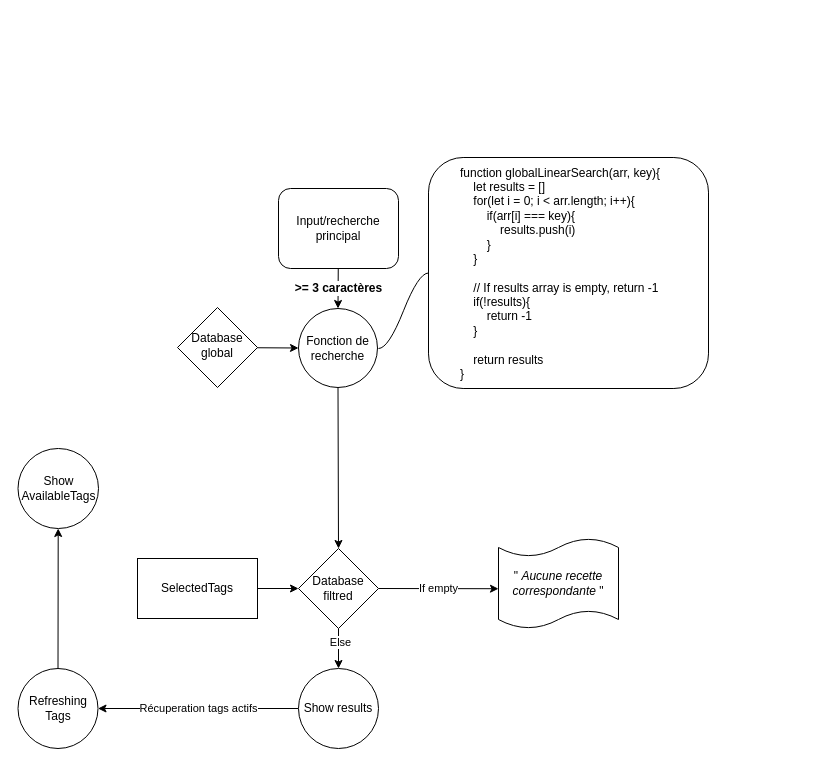
The draw.io diagram page "Page-1" (1 of 2) of P7-P11-Search-Engin.drawio in Cadegan/P11-front-end-search-engine, before the edit. Source tidied: cells renumbered, new cells numbered last; positions are measured from the earlier drawing's top-left corner, leaving out a move shared by most shapes. Both pictures are drawn from the tidied source at 100%, with x=0, y=0 at pixel (18, 157).
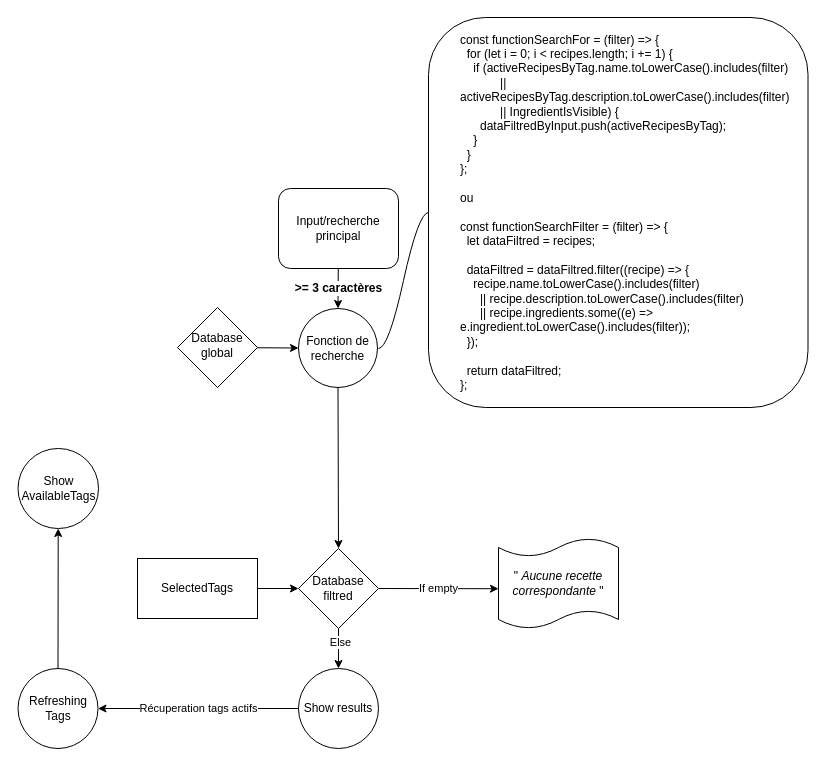
Above is the later version.

Diff of the diagram source:
```diff
@@
-    <mxCell id="17" value="function globalLinearSearch(arr, key){&lt;br&gt;&amp;nbsp; &amp;nbsp; let results = []&lt;br&gt;&amp;nbsp; &amp;nbsp; for(let i = 0; i &amp;lt; arr.length; i++){&lt;br&gt;&amp;nbsp; &amp;nbsp; &amp;nbsp; &amp;nbsp; if(arr[i] === key){&lt;br&gt;&amp;nbsp; &amp;nbsp; &amp;nbsp; &amp;nbsp; &amp;nbsp; &amp;nbsp; results.push(i)&lt;br&gt;&amp;nbsp; &amp;nbsp; &amp;nbsp; &amp;nbsp; }&lt;br&gt;&amp;nbsp; &amp;nbsp; }&lt;br&gt;&lt;br&gt;&amp;nbsp; &amp;nbsp; // If results array is empty, return -1&lt;br&gt;&amp;nbsp; &amp;nbsp; if(!results){&lt;br&gt;&amp;nbsp; &amp;nbsp; &amp;nbsp; &amp;nbsp; return -1&lt;br&gt;&amp;nbsp; &amp;nbsp; }&lt;br&gt;&lt;br&gt;&amp;nbsp; &amp;nbsp; return results&lt;br&gt;}" style="text;whiteSpace=wrap;html=1;strokeColor=default;rounded=1;fillColor=default;fixDash=0;snapToPoint=0;backgroundOutline=0;comic=0;align=left;verticalAlign=middle;spacingLeft=30;" parent="1" vertex="1">
-      <mxGeometry x="410" width="280" height="231" as="geometry" />
+    <mxCell id="17" value="&lt;div&gt;const functionSearchFor = (filter) =&amp;gt; {&lt;/div&gt;&lt;div&gt;&amp;nbsp; for (let i = 0; i &amp;lt; recipes.length; i += 1) {&lt;/div&gt;&lt;div&gt;&amp;nbsp; &amp;nbsp; if (activeRecipesByTag.name.toLowerCase().includes(filter)&lt;/div&gt;&lt;div&gt;&amp;nbsp; &amp;nbsp; &amp;nbsp; &amp;nbsp; &amp;nbsp; &amp;nbsp; || activeRecipesByTag.description.toLowerCase().includes(filter)&lt;/div&gt;&lt;div&gt;&amp;nbsp; &amp;nbsp; &amp;nbsp; &amp;nbsp; &amp;nbsp; &amp;nbsp; || IngredientIsVisible) {&lt;/div&gt;&lt;div&gt;&amp;nbsp; &amp;nbsp; &amp;nbsp; dataFiltredByInput.push(activeRecipesByTag);&lt;/div&gt;&lt;div&gt;&amp;nbsp; &amp;nbsp; }&lt;/div&gt;&lt;div&gt;&amp;nbsp; }&lt;/div&gt;&lt;div&gt;};&lt;/div&gt;&lt;div&gt;&lt;br&gt;&lt;/div&gt;&lt;div&gt;ou&lt;/div&gt;&lt;div&gt;&lt;br&gt;&lt;/div&gt;&lt;div&gt;&lt;div&gt;const functionSearchFilter = (filter) =&amp;gt; {&lt;/div&gt;&lt;div&gt;&amp;nbsp; let dataFiltred = recipes;&lt;/div&gt;&lt;div&gt;&lt;br&gt;&lt;/div&gt;&lt;div&gt;&amp;nbsp; dataFiltred = dataFiltred.filter((recipe) =&amp;gt; {&lt;/div&gt;&lt;div&gt;&amp;nbsp; &amp;nbsp; recipe.name.toLowerCase().includes(filter)&lt;/div&gt;&lt;div&gt;&amp;nbsp; &amp;nbsp; &amp;nbsp; || recipe.description.toLowerCase().includes(filter)&lt;/div&gt;&lt;div&gt;&amp;nbsp; &amp;nbsp; &amp;nbsp; || recipe.ingredients.some((e) =&amp;gt; e.ingredient.toLowerCase().includes(filter));&lt;/div&gt;&lt;div&gt;&amp;nbsp; });&lt;/div&gt;&lt;div&gt;&lt;br&gt;&lt;/div&gt;&lt;div&gt;&amp;nbsp; return dataFiltred;&lt;/div&gt;&lt;div&gt;};&lt;/div&gt;&lt;/div&gt;" style="text;whiteSpace=wrap;html=1;strokeColor=default;rounded=1;fillColor=default;fixDash=0;snapToPoint=0;backgroundOutline=0;comic=0;align=left;verticalAlign=middle;spacingLeft=30;" parent="1" vertex="1">
+      <mxGeometry x="410" y="-140" width="379.5" height="390" as="geometry" />
     </mxCell>
```
